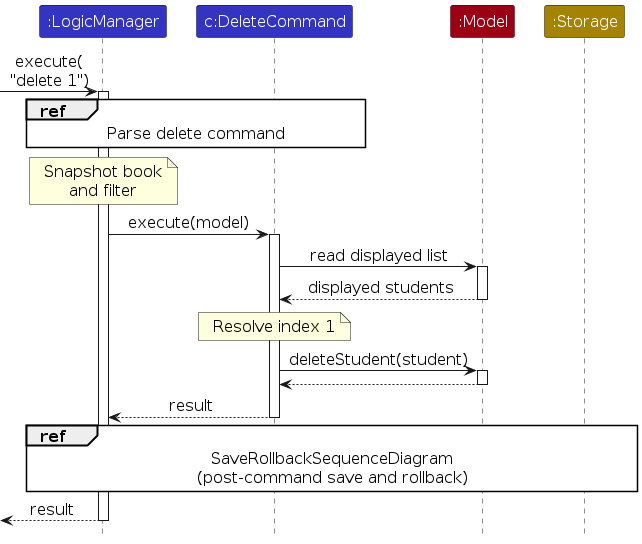
This is diagrams/DeleteExecutionSequence.png from AY2627S1-CS2103T-T16-1/tp, a PlantUML export, as it was before one commit. Its source is kept beside it as diagrams/DeleteExecutionSequence.puml.
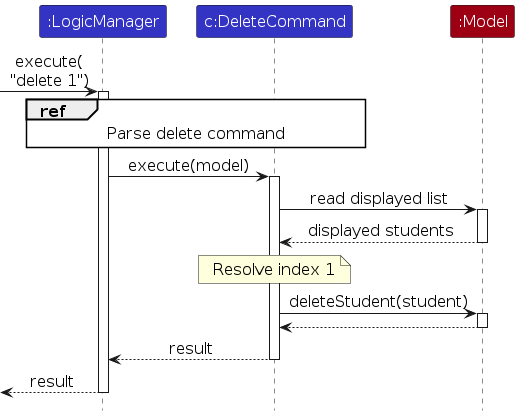
The same diagram one commit later.

Change to the diagram source:
```diff
@@ -7,14 +7,12 @@
 participant ":LogicManager" as logic LOGIC_COLOR
 participant "c:DeleteCommand" as command LOGIC_COLOR
 participant ":Model" as model MODEL_COLOR
-participant ":Storage" as storage STORAGE_COLOR
 
 [-> logic : execute(\n"delete 1")
 activate logic
 ref over logic, command
   Parse delete command
 end ref
-note over logic : Snapshot book\nand filter
 logic -> command : execute(model)
 activate command
 command -> model : read displayed list
@@ -29,10 +27,6 @@
 command --> logic : result
 deactivate command
 
-ref over logic, storage
-  SaveRollbackSequenceDiagram
-  (post-command save and rollback)
-end ref
 [<-- logic : result
 deactivate logic
 @enduml
```
